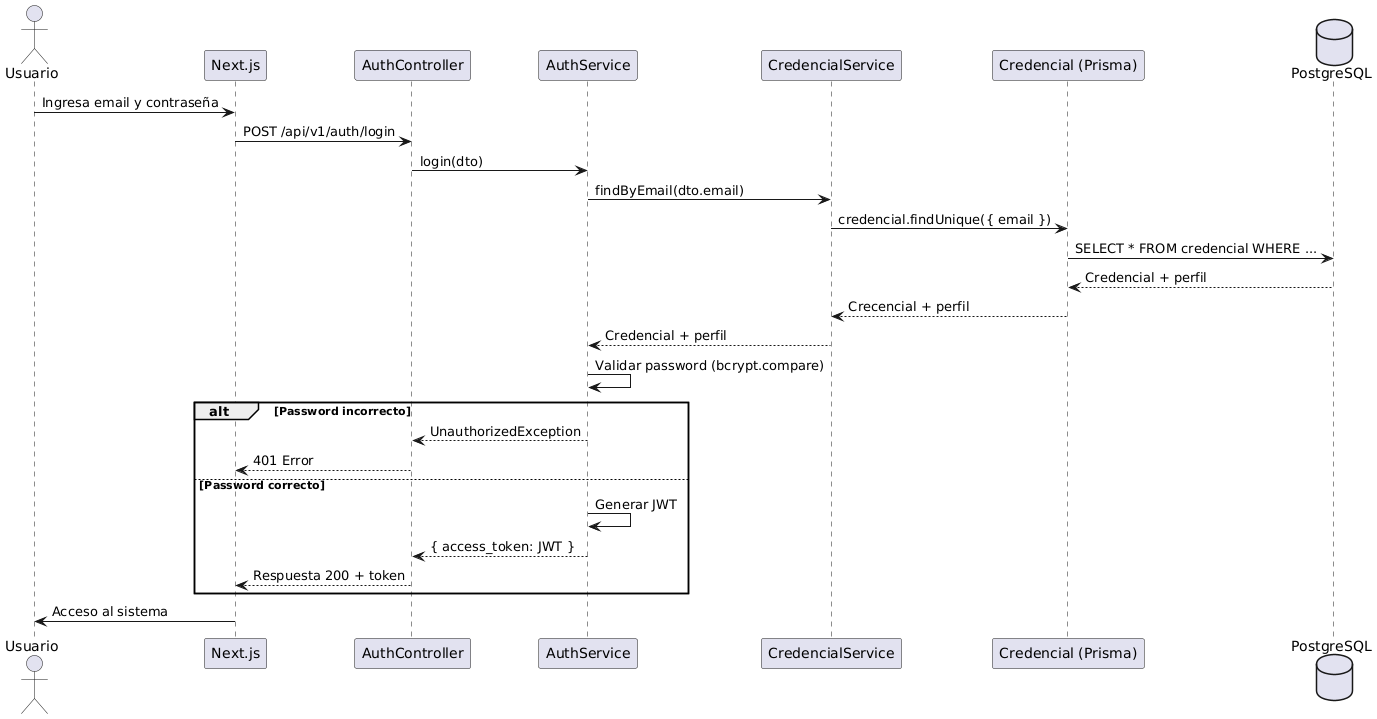
Above: out/diagramas/diagramaSecuenciaLogin/Login.png in Gabriel-Baluzzo/vital-move-back (PlantUML), before the change.
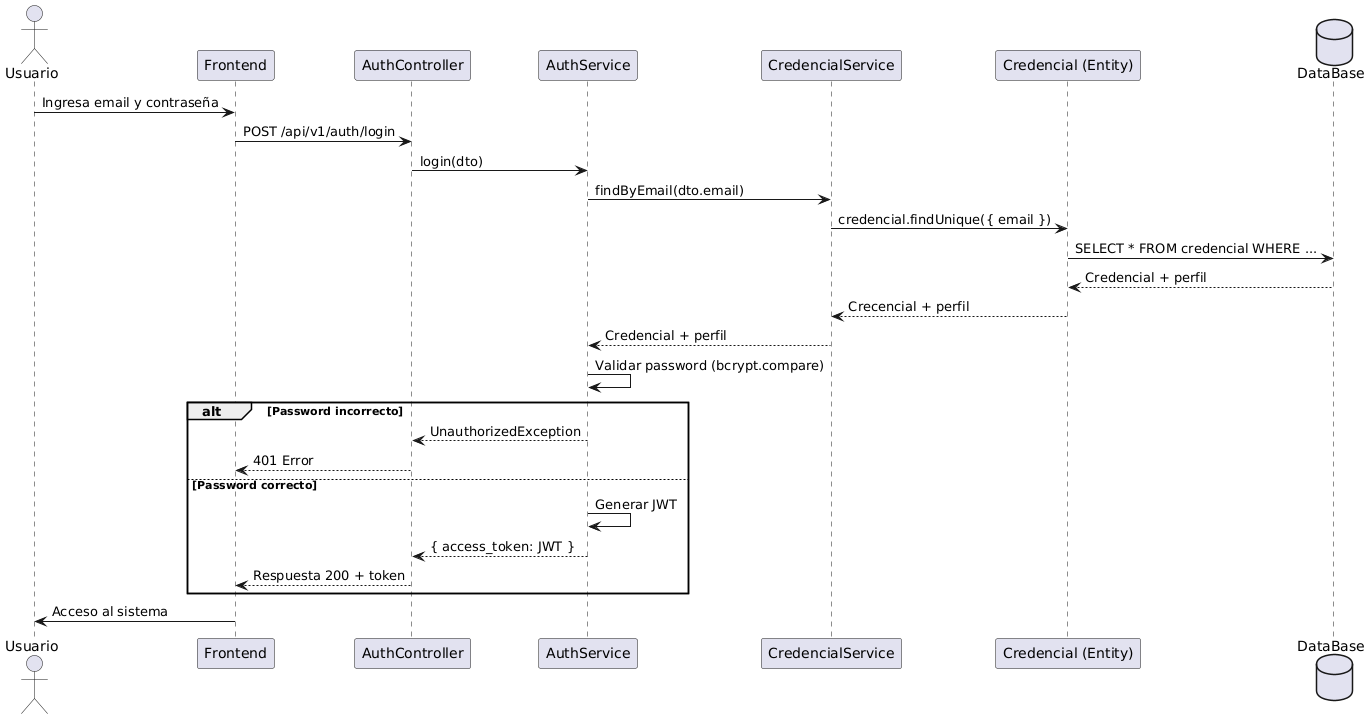
Later version of the same file.

Commit message:
agrego diagramas restantes

Diff of the diagram source:
```diff
@@ -1,19 +1,19 @@
 @startuml
 actor Usuario
-participant Next.js as Frontend
+participant Frontend
 participant "AuthController" as Controller
 participant "AuthService" as AuthService
 participant "CredencialService" as CredencialService
-participant "Credencial (Prisma)" as Prisma
-database PostgreSQL
+participant "Credencial (Entity)" as Prisma
+database DataBase
 
 Usuario -> Frontend : Ingresa email y contraseña
 Frontend -> Controller : POST /api/v1/auth/login
 Controller -> AuthService : login(dto)
 AuthService -> CredencialService : findByEmail(dto.email)
 CredencialService -> Prisma : credencial.findUnique({ email })
-Prisma -> PostgreSQL : SELECT * FROM credencial WHERE ...
-PostgreSQL --> Prisma : Credencial + perfil
+Prisma -> DataBase : SELECT * FROM credencial WHERE ...
+DataBase --> Prisma : Credencial + perfil
 Prisma --> CredencialService : Crecencial + perfil
 CredencialService --> AuthService : Credencial + perfil
 AuthService -> AuthService : Validar password (bcrypt.compare)
```
